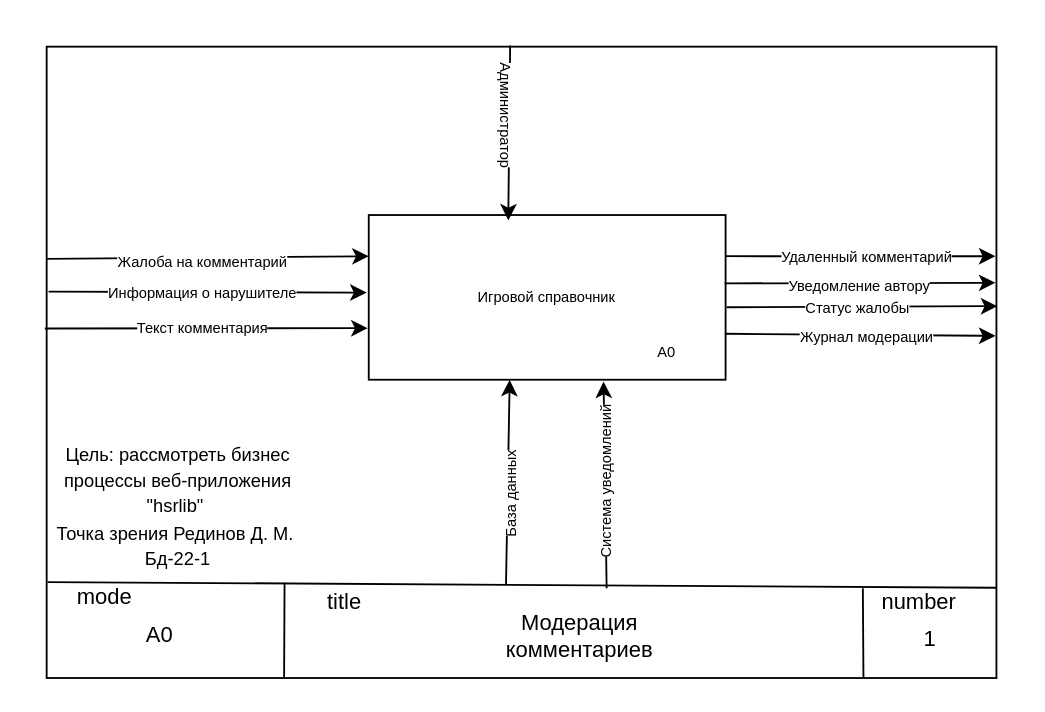
The draw.io diagram контекстная.drawio in Tunez666/hsr, before the edit. Source tidied: cells renumbered, new cells numbered last; positions are measured from the earlier drawing's top-left corner, leaving out a move shared by most shapes. Both pictures are drawn from the tidied source at 183%, with x=0, y=0 at pixel (44, 46).
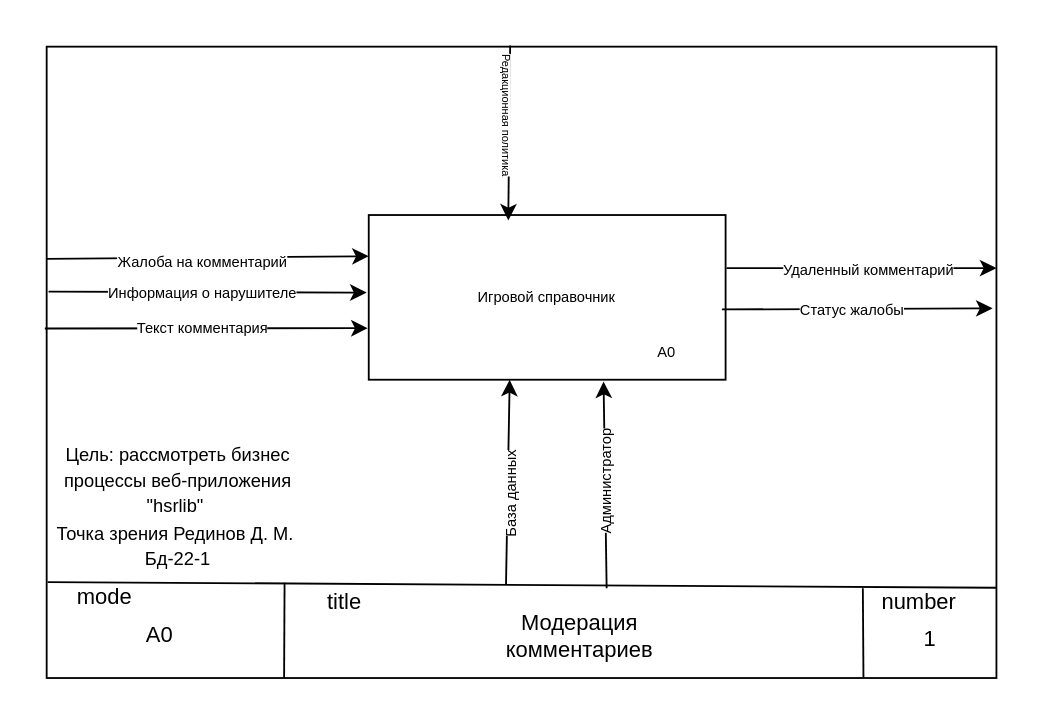
After the change.

The change refers to these unchanged cells:
```xml
<mxCell id="2" value="Система уведомлений" style="rounded=0;whiteSpace=wrap;html=1;" parent="1" vertex="1">
  <mxGeometry x="1" width="519" height="345" as="geometry" />
</mxCell>
<mxCell id="3" value="Игровой справочник" style="rounded=0;whiteSpace=wrap;html=1;fontSize=8;" parent="1" vertex="1">
  <mxGeometry x="177" y="92" width="195" height="90" as="geometry" />
</mxCell>
<mxCell id="21" style="endArrow=classic;html=1;rounded=0;entryX=0.658;entryY=1.011;entryDx=0;entryDy=0;entryPerimeter=0;fontSize=8;" parent="1" edge="1" target="3">
  <mxGeometry relative="1" as="geometry">
    <mxPoint x="307" y="296" as="sourcePoint" />
  </mxGeometry>
</mxCell>
<mxCell id="23" style="endArrow=classic;html=1;rounded=0;entryX=0.391;entryY=0.033;entryDx=0;entryDy=0;entryPerimeter=0;fontSize=8;exitX=0.488;exitY=-0.002;exitDx=0;exitDy=0;exitPerimeter=0;" parent="1" edge="1" source="2" target="3">
  <mxGeometry relative="1" as="geometry" />
</mxCell>
```

Change to the diagram source:
```diff
@@
-    <mxCell id="11" style="endArrow=classic;html=1;rounded=0;exitX=1;exitY=0.25;exitDx=0;exitDy=0;fontSize=8;entryX=0.999;entryY=0.332;entryDx=0;entryDy=0;entryPerimeter=0;" parent="1" edge="1" source="3" target="2">
-      <mxGeometry relative="1" as="geometry" />
+    <mxCell id="11" style="endArrow=classic;html=1;rounded=0;exitX=1;exitY=0.25;exitDx=0;exitDy=0;fontSize=8;entryX=0.999;entryY=0.332;entryDx=0;entryDy=0;entryPerimeter=0;" parent="1" edge="1">
+      <mxGeometry relative="1" as="geometry">
+        <mxPoint x="372.5" y="121" as="sourcePoint" />
+        <mxPoint x="520" y="121" as="targetPoint" />
+      </mxGeometry>
     </mxCell>
@@
-    <mxCell id="13" style="endArrow=classic;html=1;rounded=0;exitX=0.997;exitY=0.415;exitDx=0;exitDy=0;exitPerimeter=0;fontSize=8;entryX=0.999;entryY=0.374;entryDx=0;entryDy=0;entryPerimeter=0;" parent="1" edge="1" source="3" target="2">
-      <mxGeometry relative="1" as="geometry" />
-    </mxCell>
-    <mxCell id="14" value="Уведомление автору" style="edgeLabel;html=1;align=center;verticalAlign=middle;fontSize=8;" parent="13" vertex="1">
-      <mxGeometry x="-0.01" y="-1" relative="1" as="geometry" />
-    </mxCell>
-    <mxCell id="15" style="endArrow=classic;html=1;rounded=0;exitX=1.003;exitY=0.56;exitDx=0;exitDy=0;exitPerimeter=0;fontSize=8;entryX=1.001;entryY=0.411;entryDx=0;entryDy=0;entryPerimeter=0;" parent="1" edge="1" source="3" target="2">
-      <mxGeometry relative="1" as="geometry" />
+    <mxCell id="15" style="endArrow=classic;html=1;rounded=0;exitX=1.003;exitY=0.56;exitDx=0;exitDy=0;exitPerimeter=0;fontSize=8;entryX=1.001;entryY=0.411;entryDx=0;entryDy=0;entryPerimeter=0;" parent="1" edge="1">
+      <mxGeometry relative="1" as="geometry">
+        <mxPoint x="370" y="143.6" as="sourcePoint" />
+        <mxPoint x="517.9" y="143" as="targetPoint" />
+      </mxGeometry>
     </mxCell>
@@
-    <mxCell id="17" style="endArrow=classic;html=1;rounded=0;exitX=0.998;exitY=0.721;exitDx=0;exitDy=0;exitPerimeter=0;fontSize=8;entryX=0.999;entryY=0.458;entryDx=0;entryDy=0;entryPerimeter=0;" parent="1" edge="1" source="3" target="2">
-      <mxGeometry relative="1" as="geometry" />
-    </mxCell>
-    <mxCell id="18" value="Журнал модерации" style="edgeLabel;html=1;align=center;verticalAlign=middle;fontSize=8;" parent="17" vertex="1">
-      <mxGeometry x="0.04" y="-1" relative="1" as="geometry" />
-    </mxCell>
@@
-    <mxCell id="22" value="&lt;font&gt;Система уведомлений&lt;/font&gt;" style="edgeLabel;html=1;align=center;verticalAlign=middle;rotation=270;fontSize=8;" parent="21" vertex="1">
+    <mxCell id="22" value="Администратор" style="edgeLabel;html=1;align=center;verticalAlign=middle;rotation=270;fontSize=8;" parent="21" vertex="1">
       <mxGeometry relative="1" as="geometry" />
     </mxCell>
@@
-    <mxCell id="24" value="Администратор" style="edgeLabel;html=1;align=center;verticalAlign=middle;rotation=90;fontSize=8;" parent="23" vertex="1">
+    <mxCell id="24" value="&lt;font&gt;Редакционная политика&lt;/font&gt;" style="edgeLabel;html=1;align=center;verticalAlign=middle;rotation=90;fontSize=6;" parent="23" vertex="1">
       <mxGeometry x="-0.2" y="-1" relative="1" as="geometry" />
     </mxCell>
```
